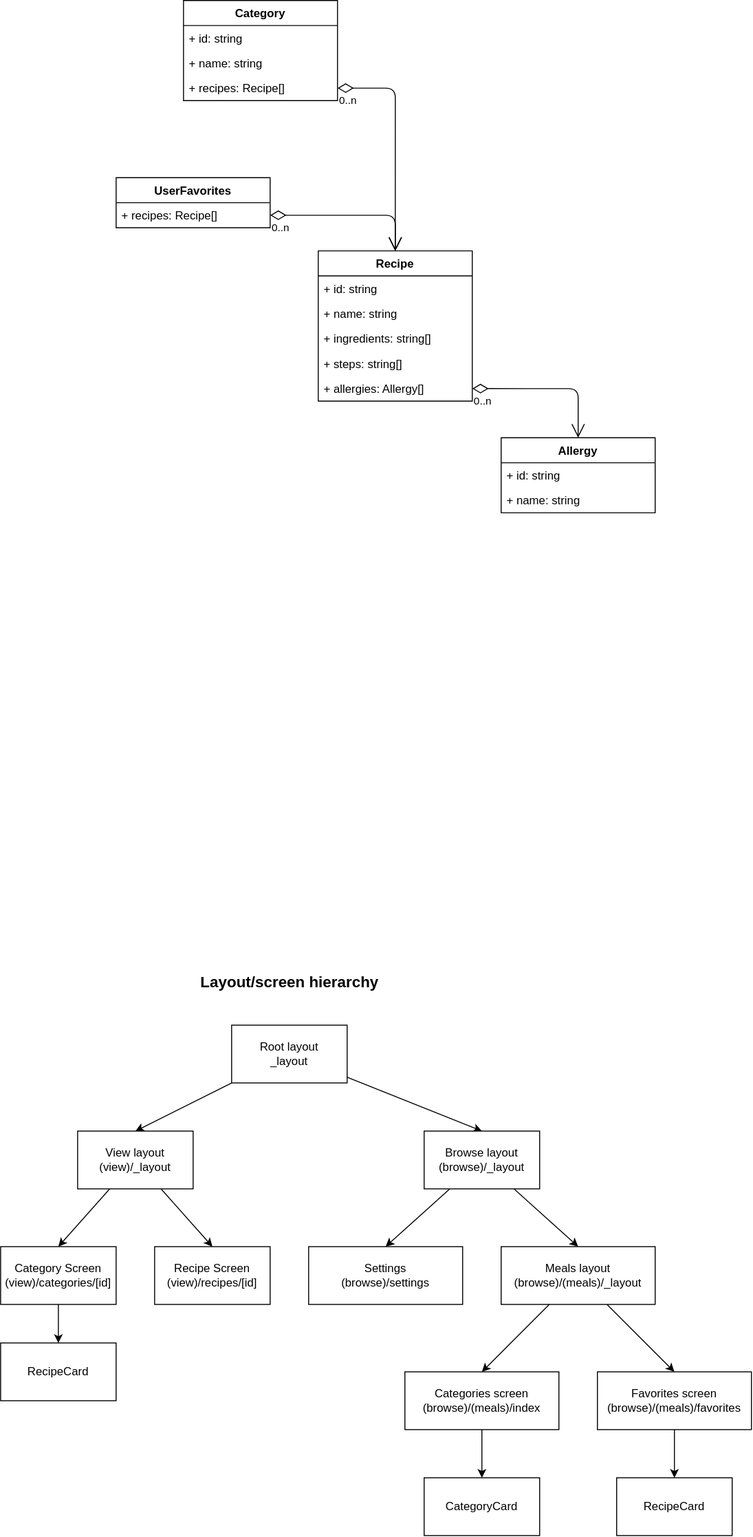
Above: assignment02/docs/diagram.drawio.svg in thedatasnok/idata2503-assignments (draw.io), before the change. Source tidied: cells renumbered, new cells last; positions are measured from the earlier drawing's top-left corner, leaving out a move shared by most shapes.
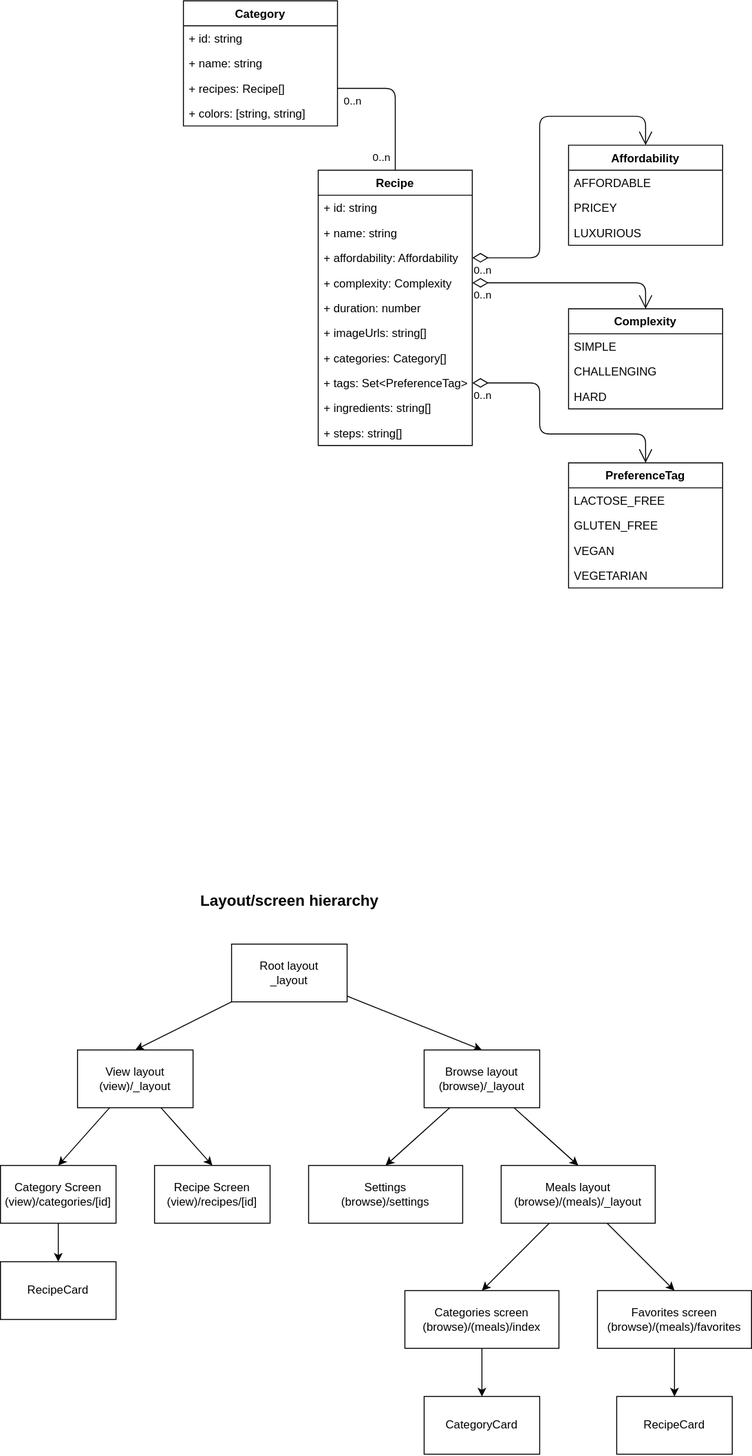
The same file after the commit.

Commit message:
docs: update class diagram & add use case diagram

The edit, as a diff of the source:
```diff
@@ -3,7 +3,7 @@
     <mxCell id="0" />
     <mxCell id="1" parent="0" />
     <mxCell id="2" value="Recipe" style="swimlane;fontStyle=1;align=center;verticalAlign=top;horizontal=1;startSize=26;" parent="1" vertex="1">
-      <mxGeometry x="330" y="260" width="160" height="156" as="geometry" />
+      <mxGeometry x="330" y="260" width="160" height="286" as="geometry" />
     </mxCell>
     <mxCell id="3" value="+ id: string" style="text;strokeColor=none;fillColor=none;align=left;verticalAlign=top;spacingLeft=4;spacingRight=4;overflow=hidden;" parent="2" vertex="1">
       <mxGeometry y="26" width="160" height="26" as="geometry" />
@@ -11,17 +11,32 @@
     <mxCell id="4" value="+ name: string" style="text;strokeColor=none;fillColor=none;align=left;verticalAlign=top;spacingLeft=4;spacingRight=4;overflow=hidden;" parent="2" vertex="1">
       <mxGeometry y="52" width="160" height="26" as="geometry" />
     </mxCell>
+    <mxCell id="47" value="+ affordability: Affordability" style="text;strokeColor=none;fillColor=none;align=left;verticalAlign=top;spacingLeft=4;spacingRight=4;overflow=hidden;points=[[0,0.5],[1,0.5]];portConstraint=eastwest;" parent="2" vertex="1">
+      <mxGeometry y="78" width="160" height="26" as="geometry" />
+    </mxCell>
+    <mxCell id="48" value="+ complexity: Complexity" style="text;strokeColor=none;fillColor=none;align=left;verticalAlign=top;spacingLeft=4;spacingRight=4;overflow=hidden;points=[[0,0.5],[1,0.5]];portConstraint=eastwest;" parent="2" vertex="1">
+      <mxGeometry y="104" width="160" height="26" as="geometry" />
+    </mxCell>
+    <mxCell id="49" value="+ duration: number" style="text;strokeColor=none;fillColor=none;align=left;verticalAlign=top;spacingLeft=4;spacingRight=4;overflow=hidden;" parent="2" vertex="1">
+      <mxGeometry y="130" width="160" height="26" as="geometry" />
+    </mxCell>
+    <mxCell id="50" value="+ imageUrls: string[]" style="text;strokeColor=none;fillColor=none;align=left;verticalAlign=top;spacingLeft=4;spacingRight=4;overflow=hidden;" parent="2" vertex="1">
+      <mxGeometry y="156" width="160" height="26" as="geometry" />
+    </mxCell>
+    <mxCell id="51" value="+ categories: Category[]" style="text;strokeColor=none;fillColor=none;align=left;verticalAlign=top;spacingLeft=4;spacingRight=4;overflow=hidden;" parent="2" vertex="1">
+      <mxGeometry y="182" width="160" height="26" as="geometry" />
+    </mxCell>
+    <mxCell id="7" value="+ tags: Set&lt;PreferenceTag&gt;" style="text;strokeColor=none;fillColor=none;align=left;verticalAlign=top;spacingLeft=4;spacingRight=4;overflow=hidden;points=[[0,0.5],[1,0.5]];portConstraint=eastwest;" parent="2" vertex="1">
+      <mxGeometry y="208" width="160" height="26" as="geometry" />
+    </mxCell>
     <mxCell id="5" value="+ ingredients: string[]" style="text;strokeColor=none;fillColor=none;align=left;verticalAlign=top;spacingLeft=4;spacingRight=4;overflow=hidden;" parent="2" vertex="1">
-      <mxGeometry y="78" width="160" height="26" as="geometry" />
+      <mxGeometry y="234" width="160" height="26" as="geometry" />
     </mxCell>
     <mxCell id="6" value="+ steps: string[]" style="text;strokeColor=none;fillColor=none;align=left;verticalAlign=top;spacingLeft=4;spacingRight=4;overflow=hidden;" parent="2" vertex="1">
-      <mxGeometry y="104" width="160" height="26" as="geometry" />
+      <mxGeometry y="260" width="160" height="26" as="geometry" />
     </mxCell>
-    <mxCell id="7" value="+ allergies: Allergy[]" style="text;strokeColor=none;fillColor=none;align=left;verticalAlign=top;spacingLeft=4;spacingRight=4;overflow=hidden;points=[[0,0.5],[1,0.5]];portConstraint=eastwest;" parent="2" vertex="1">
-      <mxGeometry y="130" width="160" height="26" as="geometry" />
-    </mxCell>
     <mxCell id="8" value="Category" style="swimlane;fontStyle=1;align=center;verticalAlign=top;horizontal=1;startSize=26;" parent="1" vertex="1">
-      <mxGeometry x="190" width="160" height="104" as="geometry" />
+      <mxGeometry x="190" y="84" width="160" height="130" as="geometry" />
     </mxCell>
     <mxCell id="9" value="+ id: string" style="text;strokeColor=none;fillColor=none;align=left;verticalAlign=top;spacingLeft=4;spacingRight=4;overflow=hidden;" parent="8" vertex="1">
       <mxGeometry y="26" width="160" height="26" as="geometry" />
@@ -32,25 +47,18 @@
     <mxCell id="11" value="+ recipes: Recipe[]" style="text;strokeColor=none;fillColor=none;align=left;verticalAlign=top;spacingLeft=4;spacingRight=4;overflow=hidden;points=[[0,0.5],[1,0.5]];portConstraint=eastwest;" parent="8" vertex="1">
       <mxGeometry y="78" width="160" height="26" as="geometry" />
     </mxCell>
-    <mxCell id="12" value="UserFavorites" style="swimlane;fontStyle=1;align=center;verticalAlign=top;horizontal=1;startSize=26;" parent="1" vertex="1">
-      <mxGeometry x="120" y="184" width="160" height="52" as="geometry" />
-    </mxCell>
-    <mxCell id="13" value="+ recipes: Recipe[]" style="text;strokeColor=none;fillColor=none;align=left;verticalAlign=top;spacingLeft=4;spacingRight=4;overflow=hidden;points=[[0,0.5],[1,0.5]];portConstraint=eastwest;" parent="12" vertex="1">
-      <mxGeometry y="26" width="160" height="26" as="geometry" />
-    </mxCell>
-    <mxCell id="14" style="endArrow=open;html=1;endSize=12;startArrow=diamondThin;startSize=14;startFill=0;edgeStyle=orthogonalEdgeStyle;exitX=1;exitY=0.5;exitDx=0;exitDy=0;entryX=0.5;entryY=0;entryDx=0;entryDy=0;" parent="1" edge="1" source="13" target="2">
-      <mxGeometry relative="1" as="geometry" />
-    </mxCell>
-    <mxCell id="15" value="0..n" style="edgeLabel;html=1;align=left;verticalAlign=top;" parent="14" vertex="1">
-      <mxGeometry x="-1" relative="1" as="geometry" />
-    </mxCell>
+    <mxCell id="52" value="+ colors: [string, string]" style="text;strokeColor=none;fillColor=none;align=left;verticalAlign=top;spacingLeft=4;spacingRight=4;overflow=hidden;" parent="8" vertex="1">
+      <mxGeometry y="104" width="160" height="26" as="geometry" />
+    </mxCell>
-    <mxCell id="16" style="endArrow=open;html=1;endSize=12;startArrow=diamondThin;startSize=14;startFill=0;edgeStyle=orthogonalEdgeStyle;exitX=1;exitY=0.5;exitDx=0;exitDy=0;" parent="1" edge="1" source="11">
+    <mxCell id="16" style="endArrow=none;html=1;endSize=12;startArrow=none;startSize=14;startFill=0;edgeStyle=orthogonalEdgeStyle;exitX=1;exitY=0.5;exitDx=0;exitDy=0;endFill=0;" parent="1" edge="1" source="11">
       <mxGeometry relative="1" as="geometry">
         <mxPoint x="410" y="260" as="targetPoint" />
       </mxGeometry>
     </mxCell>
     <mxCell id="17" value="0..n" style="edgeLabel;html=1;align=left;verticalAlign=top;" parent="16" vertex="1">
-      <mxGeometry x="-1" relative="1" as="geometry" />
+      <mxGeometry x="-1" relative="1" as="geometry">
+        <mxPoint x="5" as="offset" />
+      </mxGeometry>
     </mxCell>
     <mxCell id="18" style="edgeStyle=none;html=1;entryX=0.5;entryY=0;entryDx=0;entryDy=0;" parent="1" edge="1" source="20" target="26">
       <mxGeometry relative="1" as="geometry" />
@@ -112,17 +120,29 @@
     <mxCell id="37" value="Favorites screen&lt;br&gt;(browse)/(meals)/favorites" style="rounded=0;whiteSpace=wrap;html=1;" parent="1" vertex="1">
       <mxGeometry x="620" y="1424" width="160" height="60" as="geometry" />
     </mxCell>
-    <mxCell id="38" value="Allergy" style="swimlane;fontStyle=1;align=center;verticalAlign=top;horizontal=1;startSize=26;" parent="1" vertex="1">
-      <mxGeometry x="520" y="454" width="160" height="78" as="geometry" />
+    <mxCell id="38" value="PreferenceTag" style="swimlane;fontStyle=1;align=center;verticalAlign=top;horizontal=1;startSize=26;" parent="1" vertex="1">
+      <mxGeometry x="590" y="564" width="160" height="130" as="geometry" />
     </mxCell>
-    <mxCell id="39" value="+ id: string" style="text;strokeColor=none;fillColor=none;align=left;verticalAlign=top;spacingLeft=4;spacingRight=4;overflow=hidden;" parent="38" vertex="1">
+    <mxCell id="39" value="LACTOSE_FREE" style="text;strokeColor=none;fillColor=none;align=left;verticalAlign=top;spacingLeft=4;spacingRight=4;overflow=hidden;" parent="38" vertex="1">
       <mxGeometry y="26" width="160" height="26" as="geometry" />
     </mxCell>
-    <mxCell id="40" value="+ name: string" style="text;strokeColor=none;fillColor=none;align=left;verticalAlign=top;spacingLeft=4;spacingRight=4;overflow=hidden;" parent="38" vertex="1">
+    <mxCell id="40" value="GLUTEN_FREE" style="text;strokeColor=none;fillColor=none;align=left;verticalAlign=top;spacingLeft=4;spacingRight=4;overflow=hidden;" parent="38" vertex="1">
       <mxGeometry y="52" width="160" height="26" as="geometry" />
     </mxCell>
+    <mxCell id="53" value="VEGAN" style="text;strokeColor=none;fillColor=none;align=left;verticalAlign=top;spacingLeft=4;spacingRight=4;overflow=hidden;" parent="38" vertex="1">
+      <mxGeometry y="78" width="160" height="26" as="geometry" />
+    </mxCell>
+    <mxCell id="54" value="VEGETARIAN" style="text;strokeColor=none;fillColor=none;align=left;verticalAlign=top;spacingLeft=4;spacingRight=4;overflow=hidden;" parent="38" vertex="1">
+      <mxGeometry y="104" width="160" height="26" as="geometry" />
+    </mxCell>
     <mxCell id="41" style="endArrow=open;html=1;endSize=12;startArrow=diamondThin;startSize=14;startFill=0;edgeStyle=orthogonalEdgeStyle;exitX=1;exitY=0.5;exitDx=0;exitDy=0;entryX=0.5;entryY=0;entryDx=0;entryDy=0;" parent="1" edge="1" source="7" target="38">
-      <mxGeometry relative="1" as="geometry" />
+      <mxGeometry relative="1" as="geometry">
+        <Array as="points">
+          <mxPoint x="560" y="481" />
+          <mxPoint x="560" y="534" />
+          <mxPoint x="670" y="534" />
+        </Array>
+      </mxGeometry>
     </mxCell>
     <mxCell id="42" value="0..n" style="edgeLabel;html=1;align=left;verticalAlign=top;" parent="41" vertex="1">
       <mxGeometry x="-1" relative="1" as="geometry" />
@@ -139,5 +159,54 @@
     <mxCell id="46" value="RecipeCard" style="rounded=0;whiteSpace=wrap;html=1;fontSize=12;" parent="1" vertex="1">
       <mxGeometry y="1394" width="120" height="60" as="geometry" />
     </mxCell>
+    <mxCell id="55" value="Affordability" style="swimlane;fontStyle=1;align=center;verticalAlign=top;horizontal=1;startSize=26;" parent="1" vertex="1">
+      <mxGeometry x="590" y="234" width="160" height="104" as="geometry" />
+    </mxCell>
+    <mxCell id="56" value="AFFORDABLE" style="text;strokeColor=none;fillColor=none;align=left;verticalAlign=top;spacingLeft=4;spacingRight=4;overflow=hidden;" parent="55" vertex="1">
+      <mxGeometry y="26" width="160" height="26" as="geometry" />
+    </mxCell>
+    <mxCell id="57" value="PRICEY" style="text;strokeColor=none;fillColor=none;align=left;verticalAlign=top;spacingLeft=4;spacingRight=4;overflow=hidden;" parent="55" vertex="1">
+      <mxGeometry y="52" width="160" height="26" as="geometry" />
+    </mxCell>
+    <mxCell id="58" value="LUXURIOUS" style="text;strokeColor=none;fillColor=none;align=left;verticalAlign=top;spacingLeft=4;spacingRight=4;overflow=hidden;" parent="55" vertex="1">
+      <mxGeometry y="78" width="160" height="26" as="geometry" />
+    </mxCell>
+    <mxCell id="59" value="Complexity" style="swimlane;fontStyle=1;align=center;verticalAlign=top;horizontal=1;startSize=26;" parent="1" vertex="1">
+      <mxGeometry x="590" y="404" width="160" height="104" as="geometry" />
+    </mxCell>
+    <mxCell id="60" value="SIMPLE" style="text;strokeColor=none;fillColor=none;align=left;verticalAlign=top;spacingLeft=4;spacingRight=4;overflow=hidden;" parent="59" vertex="1">
+      <mxGeometry y="26" width="160" height="26" as="geometry" />
+    </mxCell>
+    <mxCell id="61" value="CHALLENGING" style="text;strokeColor=none;fillColor=none;align=left;verticalAlign=top;spacingLeft=4;spacingRight=4;overflow=hidden;" parent="59" vertex="1">
+      <mxGeometry y="52" width="160" height="26" as="geometry" />
+    </mxCell>
+    <mxCell id="62" value="HARD" style="text;strokeColor=none;fillColor=none;align=left;verticalAlign=top;spacingLeft=4;spacingRight=4;overflow=hidden;" parent="59" vertex="1">
+      <mxGeometry y="78" width="160" height="26" as="geometry" />
+    </mxCell>
+    <mxCell id="63" style="endArrow=open;html=1;endSize=12;startArrow=diamondThin;startSize=14;startFill=0;edgeStyle=orthogonalEdgeStyle;exitX=1;exitY=0.5;exitDx=0;exitDy=0;entryX=0.5;entryY=0;entryDx=0;entryDy=0;" parent="1" edge="1" source="47" target="55">
+      <mxGeometry relative="1" as="geometry">
+        <Array as="points">
+          <mxPoint x="560" y="351" />
+          <mxPoint x="560" y="204" />
+          <mxPoint x="670" y="204" />
+        </Array>
+      </mxGeometry>
+    </mxCell>
+    <mxCell id="64" value="0..n" style="edgeLabel;html=1;align=left;verticalAlign=top;" parent="63" vertex="1">
+      <mxGeometry x="-1" relative="1" as="geometry" />
+    </mxCell>
+    <mxCell id="65" style="endArrow=open;html=1;endSize=12;startArrow=diamondThin;startSize=14;startFill=0;edgeStyle=orthogonalEdgeStyle;exitX=1;exitY=0.5;exitDx=0;exitDy=0;entryX=0.5;entryY=0;entryDx=0;entryDy=0;" parent="1" edge="1" source="48" target="59">
+      <mxGeometry relative="1" as="geometry">
+        <Array as="points">
+          <mxPoint x="670" y="377" />
+        </Array>
+      </mxGeometry>
+    </mxCell>
+    <mxCell id="66" value="0..n" style="edgeLabel;html=1;align=left;verticalAlign=top;" parent="65" vertex="1">
+      <mxGeometry x="-1" relative="1" as="geometry" />
+    </mxCell>
+    <mxCell id="67" value="0..n" style="edgeLabel;html=1;align=left;verticalAlign=top;" parent="1" vertex="1">
+      <mxGeometry x="385" y="234" as="geometry" />
+    </mxCell>
   </root>
 </mxGraphModel>
```
